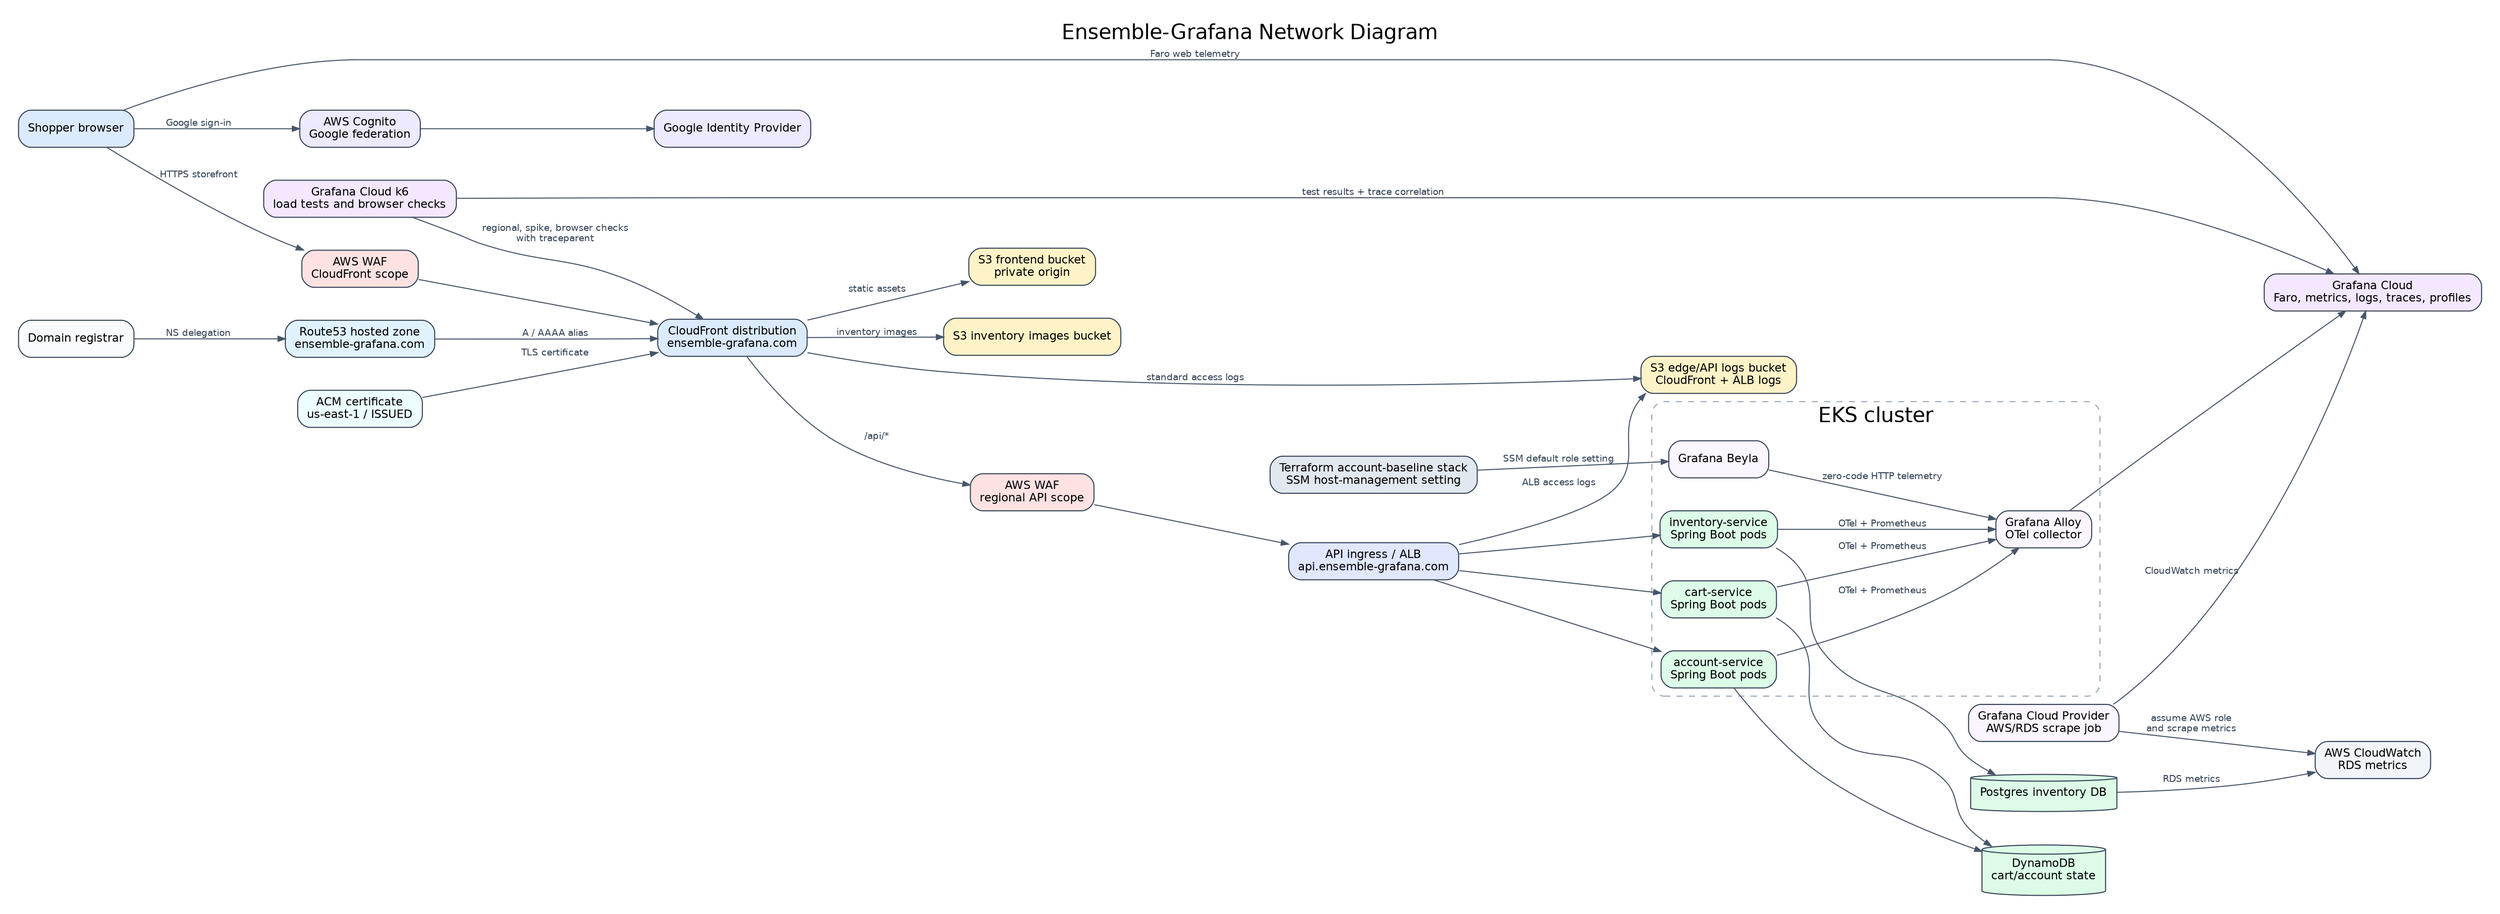
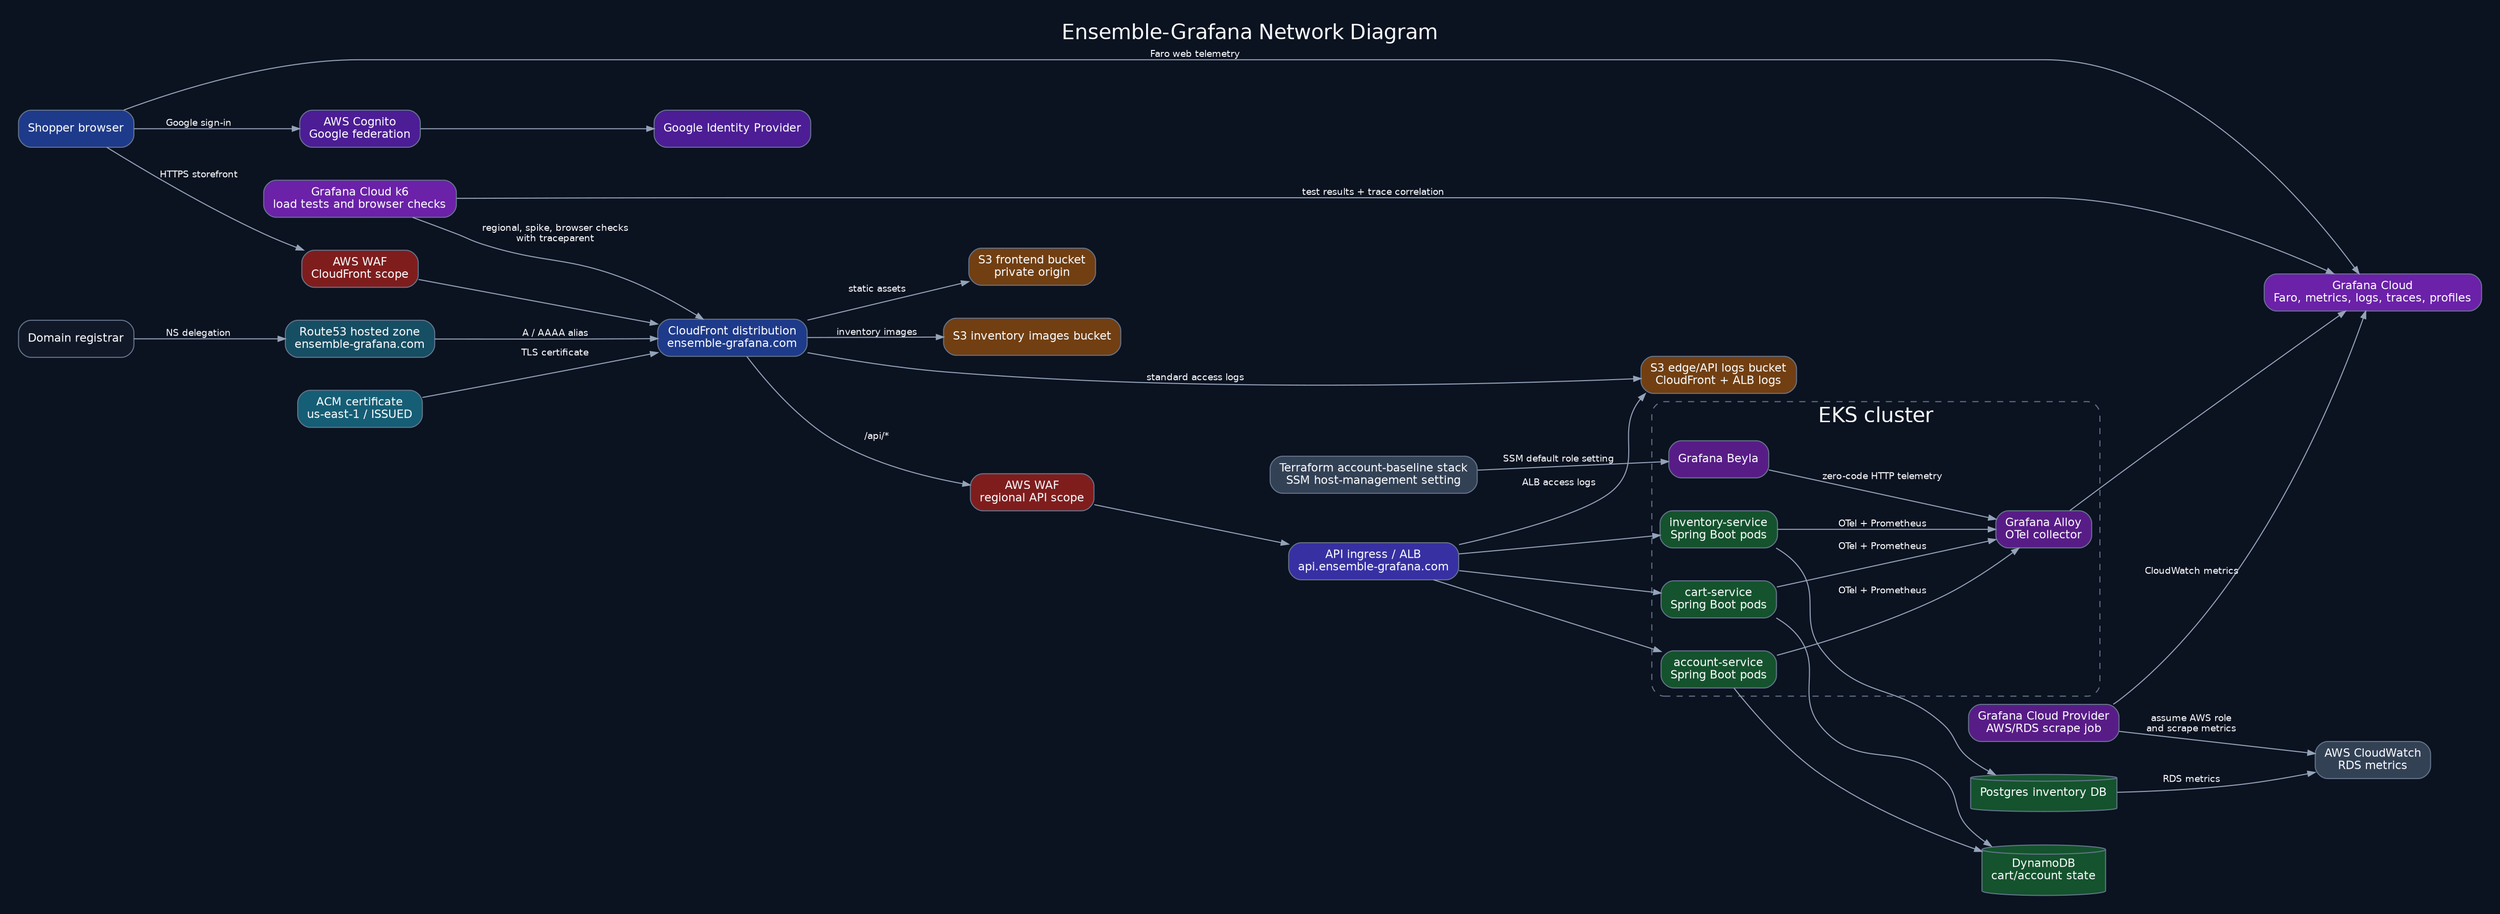
digraph network_diagram {
  rankdir=LR;
  label="Ensemble-Grafana Network Diagram";

  graph [
    fontname="Helvetica",
    fontsize=20,
    labelloc=t,
-     bgcolor="white",
+     bgcolor="#0b1220",
+     fontcolor="#f8fafc",
    pad=0.25,
    nodesep=0.45,
    ranksep=0.7
  ];
  node [
    shape=box,
    style="rounded,filled",
    fontname="Helvetica",
    fontsize=11,
-     color="#334155",
-     fillcolor="#f8fafc",
+     color="#64748b",
+     fillcolor="#111827",
+     fontcolor="#f8fafc",
    margin="0.12,0.08"
  ];
  edge [
    fontname="Helvetica",
    fontsize=9,
-     color="#475569",
-     fontcolor="#334155",
+     color="#94a3b8",
+     fontcolor="#f8fafc",
    arrowsize=0.7
  ];


-   shopper [label="Shopper browser", fillcolor="#dbeafe"];
+   shopper [label="Shopper browser", fillcolor="#1e3a8a"];
  registrar [label="Domain registrar"];
-   route53 [label="Route53 hosted zone\nensemble-grafana.com", fillcolor="#e0f2fe"];
-   acm [label="ACM certificate\nus-east-1 / ISSUED", fillcolor="#ecfeff"];
-   edgeWaf [label="AWS WAF\nCloudFront scope", fillcolor="#fee2e2"];
-   cloudfront [label="CloudFront distribution\nensemble-grafana.com", fillcolor="#dbeafe"];
-   staticS3 [label="S3 frontend bucket\nprivate origin", fillcolor="#fef3c7"];
-   imageS3 [label="S3 inventory images bucket", fillcolor="#fef3c7"];
-   logsS3 [label="S3 edge/API logs bucket\nCloudFront + ALB logs", fillcolor="#fef3c7"];
-   regionalWaf [label="AWS WAF\nregional API scope", fillcolor="#fee2e2"];
-   apiAlb [label="API ingress / ALB\napi.ensemble-grafana.com", fillcolor="#e0e7ff"];
-   cognito [label="AWS Cognito\nGoogle federation", fillcolor="#ede9fe"];
-   google [label="Google Identity Provider", fillcolor="#ede9fe"];
-   postgres [label="Postgres inventory DB", shape=cylinder, fillcolor="#dcfce7"];
-   dynamodb [label="DynamoDB\ncart/account state", shape=cylinder, fillcolor="#dcfce7"];
-   cloudwatch [label="AWS CloudWatch\nRDS metrics", fillcolor="#f1f5f9"];
-   cloudwatchScrape [label="Grafana Cloud Provider\nAWS/RDS scrape job", fillcolor="#faf5ff"];
-   grafana [label="Grafana Cloud\nFaro, metrics, logs, traces, profiles", fillcolor="#f3e8ff"];
-   k6 [label="Grafana Cloud k6\nload tests and browser checks", fillcolor="#f3e8ff"];
-   accountBaseline [label="Terraform account-baseline stack\nSSM host-management setting", fillcolor="#e2e8f0"];
+   route53 [label="Route53 hosted zone\nensemble-grafana.com", fillcolor="#164e63"];
+   acm [label="ACM certificate\nus-east-1 / ISSUED", fillcolor="#155e75"];
+   edgeWaf [label="AWS WAF\nCloudFront scope", fillcolor="#7f1d1d"];
+   cloudfront [label="CloudFront distribution\nensemble-grafana.com", fillcolor="#1e3a8a"];
+   staticS3 [label="S3 frontend bucket\nprivate origin", fillcolor="#713f12"];
+   imageS3 [label="S3 inventory images bucket", fillcolor="#713f12"];
+   logsS3 [label="S3 edge/API logs bucket\nCloudFront + ALB logs", fillcolor="#713f12"];
+   regionalWaf [label="AWS WAF\nregional API scope", fillcolor="#7f1d1d"];
+   apiAlb [label="API ingress / ALB\napi.ensemble-grafana.com", fillcolor="#3730a3"];
+   cognito [label="AWS Cognito\nGoogle federation", fillcolor="#4c1d95"];
+   google [label="Google Identity Provider", fillcolor="#4c1d95"];
+   postgres [label="Postgres inventory DB", shape=cylinder, fillcolor="#14532d"];
+   dynamodb [label="DynamoDB\ncart/account state", shape=cylinder, fillcolor="#14532d"];
+   cloudwatch [label="AWS CloudWatch\nRDS metrics", fillcolor="#334155"];
+   cloudwatchScrape [label="Grafana Cloud Provider\nAWS/RDS scrape job", fillcolor="#581c87"];
+   grafana [label="Grafana Cloud\nFaro, metrics, logs, traces, profiles", fillcolor="#6b21a8"];
+   k6 [label="Grafana Cloud k6\nload tests and browser checks", fillcolor="#6b21a8"];
+   accountBaseline [label="Terraform account-baseline stack\nSSM host-management setting", fillcolor="#334155"];

  subgraph cluster_eks {
    label="EKS cluster";
-     color="#94a3b8";
+     color="#64748b";
+     fontcolor="#f8fafc";
    style="rounded,dashed";
-     beyla [label="Grafana Beyla", fillcolor="#faf5ff"];
-     alloy [label="Grafana Alloy\nOTel collector", fillcolor="#faf5ff"];
-     inventory [label="inventory-service\nSpring Boot pods", fillcolor="#dcfce7"];
-     cart [label="cart-service\nSpring Boot pods", fillcolor="#dcfce7"];
-     account [label="account-service\nSpring Boot pods", fillcolor="#dcfce7"];
+     beyla [label="Grafana Beyla", fillcolor="#581c87"];
+     alloy [label="Grafana Alloy\nOTel collector", fillcolor="#581c87"];
+     inventory [label="inventory-service\nSpring Boot pods", fillcolor="#14532d"];
+     cart [label="cart-service\nSpring Boot pods", fillcolor="#14532d"];
+     account [label="account-service\nSpring Boot pods", fillcolor="#14532d"];
  }

  registrar -> route53 [label="NS delegation"];
  route53 -> cloudfront [label="A / AAAA alias"];
  acm -> cloudfront [label="TLS certificate"];
  shopper -> edgeWaf [label="HTTPS storefront"];
  edgeWaf -> cloudfront;
  shopper -> cognito [label="Google sign-in"];
  cognito -> google;
  cloudfront -> staticS3 [label="static assets"];
  cloudfront -> imageS3 [label="inventory images"];
  cloudfront -> logsS3 [label="standard access logs"];
  cloudfront -> regionalWaf [label="/api/*"];
  regionalWaf -> apiAlb;
  apiAlb -> logsS3 [label="ALB access logs"];
  apiAlb -> inventory;
  apiAlb -> cart;
  apiAlb -> account;
  inventory -> postgres;
  cart -> dynamodb;
  account -> dynamodb;
  postgres -> cloudwatch [label="RDS metrics"];
  cloudwatchScrape -> cloudwatch [label="assume AWS role\nand scrape metrics"];
  cloudwatchScrape -> grafana [label="CloudWatch metrics"];
  shopper -> grafana [label="Faro web telemetry"];
  accountBaseline -> beyla [label="SSM default role setting"];
  k6 -> cloudfront [label="regional, spike, browser checks\nwith traceparent"];
  k6 -> grafana [label="test results + trace correlation"];
  beyla -> alloy [label="zero-code HTTP telemetry"];
  inventory -> alloy [label="OTel + Prometheus"];
  cart -> alloy [label="OTel + Prometheus"];
  account -> alloy [label="OTel + Prometheus"];
  alloy -> grafana;
}
